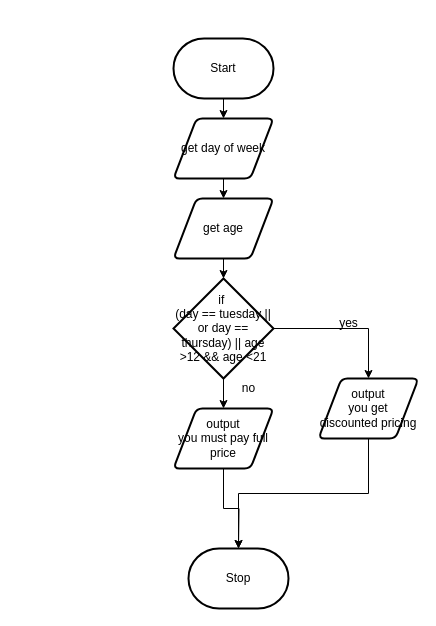
Earlier version of the draw.io diagram design/flowchart.drawio (MTHS-ICS2O-2-2022/ICS2O-Unit-5-04-Armatys22). Source tidied: cells renumbered, new cells numbered last; positions are measured from the earlier drawing's top-left corner, leaving out a move shared by most shapes. Both pictures are drawn from the tidied source at 100%, with x=0, y=0 at pixel (173, 38).
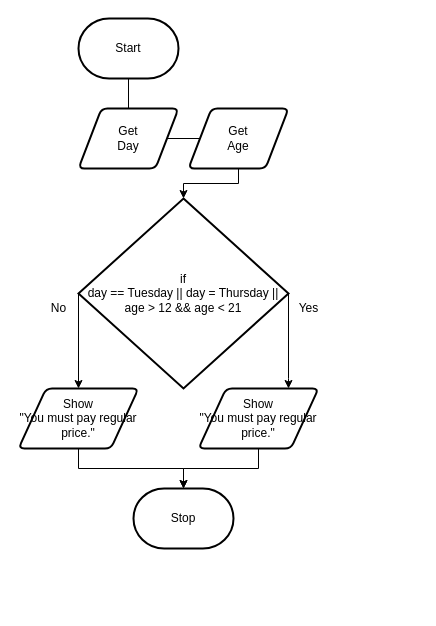
Above is the later version.

Change to the diagram source:
```diff
@@
-    <mxCell id="2" style="edgeStyle=none;html=1;exitX=0.5;exitY=1;exitDx=0;exitDy=0;exitPerimeter=0;entryX=0.5;entryY=0;entryDx=0;entryDy=0;" parent="1" edge="1" source="3" target="6">
-      <mxGeometry relative="1" as="geometry" />
-    </mxCell>
-    <mxCell id="3" value="Start" style="strokeWidth=2;html=1;shape=mxgraph.flowchart.terminator;whiteSpace=wrap;" parent="1" vertex="1">
-      <mxGeometry width="100" height="60" as="geometry" />
-    </mxCell>
+    <mxCell id="17" value="Start" style="strokeWidth=2;html=1;shape=mxgraph.flowchart.terminator;whiteSpace=wrap;" parent="1" vertex="1">
+      <mxGeometry x="-95" y="-20" width="100" height="60" as="geometry" />
+    </mxCell>
     <mxCell id="4" value="Stop" style="strokeWidth=2;html=1;shape=mxgraph.flowchart.terminator;whiteSpace=wrap;" parent="1" vertex="1">
-      <mxGeometry x="15" y="510" width="100" height="60" as="geometry" />
+      <mxGeometry x="-40" y="450" width="100" height="60" as="geometry" />
     </mxCell>
-    <mxCell id="5" style="edgeStyle=none;html=1;exitX=0.5;exitY=1;exitDx=0;exitDy=0;entryX=0.5;entryY=0;entryDx=0;entryDy=0;" parent="1" edge="1" source="6" target="8">
-      <mxGeometry relative="1" as="geometry" />
-    </mxCell>
-    <mxCell id="6" value="get day of week" style="shape=parallelogram;html=1;strokeWidth=2;perimeter=parallelogramPerimeter;whiteSpace=wrap;rounded=1;arcSize=12;size=0.23;" parent="1" vertex="1">
-      <mxGeometry y="80" width="100" height="60" as="geometry" />
-    </mxCell>
-    <mxCell id="7" style="edgeStyle=orthogonalEdgeStyle;rounded=0;html=1;exitX=0.5;exitY=1;exitDx=0;exitDy=0;entryX=0.5;entryY=0;entryDx=0;entryDy=0;entryPerimeter=0;" parent="1" edge="1" source="8" target="11">
-      <mxGeometry relative="1" as="geometry" />
-    </mxCell>
-    <mxCell id="8" value="get age" style="shape=parallelogram;html=1;strokeWidth=2;perimeter=parallelogramPerimeter;whiteSpace=wrap;rounded=1;arcSize=12;size=0.23;" parent="1" vertex="1">
-      <mxGeometry y="160" width="100" height="60" as="geometry" />
-    </mxCell>
-    <mxCell id="9" style="edgeStyle=orthogonalEdgeStyle;html=1;exitX=1;exitY=0.5;exitDx=0;exitDy=0;exitPerimeter=0;entryX=0.5;entryY=0;entryDx=0;entryDy=0;rounded=0;" parent="1" edge="1" source="11" target="14">
-      <mxGeometry relative="1" as="geometry" />
-    </mxCell>
-    <mxCell id="10" style="edgeStyle=orthogonalEdgeStyle;rounded=0;html=1;exitX=0.5;exitY=1;exitDx=0;exitDy=0;exitPerimeter=0;entryX=0.5;entryY=0;entryDx=0;entryDy=0;" parent="1" edge="1" source="11" target="16">
-      <mxGeometry relative="1" as="geometry" />
-    </mxCell>
-    <mxCell id="11" value="if&amp;nbsp;&lt;br&gt;(day == tuesday || or day == thursday) || age &amp;gt;12 &amp;amp;&amp;amp; age &amp;lt;21" style="strokeWidth=2;html=1;shape=mxgraph.flowchart.decision;whiteSpace=wrap;" parent="1" vertex="1">
-      <mxGeometry y="240" width="100" height="100" as="geometry" />
-    </mxCell>
-    <mxCell id="12" value="yes" style="text;html=1;align=center;verticalAlign=middle;strokeColor=none;fillColor=none;" parent="1" vertex="1">
-      <mxGeometry x="155" y="270" width="40" height="30" as="geometry" />
-    </mxCell>
-    <mxCell id="13" style="edgeStyle=orthogonalEdgeStyle;rounded=0;html=1;exitX=0.5;exitY=1;exitDx=0;exitDy=0;entryX=0.5;entryY=0;entryDx=0;entryDy=0;entryPerimeter=0;" parent="1" edge="1" source="14" target="4">
-      <mxGeometry relative="1" as="geometry" />
-    </mxCell>
-    <mxCell id="14" value="output&lt;br&gt;you get discounted pricing" style="shape=parallelogram;html=1;strokeWidth=2;perimeter=parallelogramPerimeter;whiteSpace=wrap;rounded=1;arcSize=12;size=0.23;" parent="1" vertex="1">
-      <mxGeometry x="145" y="340" width="100" height="60" as="geometry" />
-    </mxCell>
-    <mxCell id="15" style="edgeStyle=orthogonalEdgeStyle;rounded=0;html=1;exitX=0.5;exitY=1;exitDx=0;exitDy=0;" parent="1" edge="1" source="16">
-      <mxGeometry relative="1" as="geometry">
-        <mxPoint x="65" y="510" as="targetPoint" />
-      </mxGeometry>
-    </mxCell>
-    <mxCell id="16" value="output&lt;br&gt;you must pay full price" style="shape=parallelogram;html=1;strokeWidth=2;perimeter=parallelogramPerimeter;whiteSpace=wrap;rounded=1;arcSize=12;size=0.23;" parent="1" vertex="1">
-      <mxGeometry y="370" width="100" height="60" as="geometry" />
-    </mxCell>
-    <mxCell id="17" value="no" style="text;html=1;align=center;verticalAlign=middle;points=[];strokeColor=none;fillColor=none;" parent="1" vertex="1">
-      <mxGeometry x="55" y="335" width="40" height="30" as="geometry" />
-    </mxCell>
+    <mxCell id="18" style="edgeStyle=orthogonalEdgeStyle;html=1;rounded=0;endArrow=none;" parent="1" edge="1" source="17" target="19">
+      <mxGeometry relative="1" as="geometry" />
+    </mxCell>
+    <mxCell id="19" value="Get&lt;br&gt;Day" style="shape=parallelogram;html=1;strokeWidth=2;perimeter=parallelogramPerimeter;whiteSpace=wrap;rounded=1;arcSize=12;size=0.23;" parent="1" vertex="1">
+      <mxGeometry x="-95" y="70" width="100" height="60" as="geometry" />
+    </mxCell>
+    <mxCell id="20" style="edgeStyle=orthogonalEdgeStyle;html=1;rounded=0;startArrow=none;endArrow=none;" parent="1" edge="1" source="19" target="22">
+      <mxGeometry relative="1" as="geometry" />
+    </mxCell>
+    <mxCell id="21" style="edgeStyle=orthogonalEdgeStyle;html=1;entryX=0.5;entryY=0;entryDx=0;entryDy=0;entryPerimeter=0;rounded=0;" parent="1" edge="1" source="22" target="25">
+      <mxGeometry relative="1" as="geometry" />
+    </mxCell>
+    <mxCell id="22" value="Get&lt;br&gt;Age" style="shape=parallelogram;html=1;strokeWidth=2;perimeter=parallelogramPerimeter;whiteSpace=wrap;rounded=1;arcSize=12;size=0.23;" parent="1" vertex="1">
+      <mxGeometry x="15" y="70" width="100" height="60" as="geometry" />
+    </mxCell>
+    <mxCell id="23" style="edgeStyle=orthogonalEdgeStyle;rounded=0;html=1;exitX=0;exitY=0.5;exitDx=0;exitDy=0;exitPerimeter=0;entryX=0.5;entryY=0;entryDx=0;entryDy=0;" parent="1" edge="1" source="25" target="29">
+      <mxGeometry relative="1" as="geometry">
+        <Array as="points">
+          <mxPoint x="-95" y="350" />
+        </Array>
+      </mxGeometry>
+    </mxCell>
+    <mxCell id="24" style="edgeStyle=orthogonalEdgeStyle;rounded=0;html=1;exitX=1;exitY=0.5;exitDx=0;exitDy=0;exitPerimeter=0;entryX=0.75;entryY=0;entryDx=0;entryDy=0;" parent="1" edge="1" source="25" target="27">
+      <mxGeometry relative="1" as="geometry">
+        <Array as="points">
+          <mxPoint x="115" y="340" />
+          <mxPoint x="115" y="340" />
+        </Array>
+      </mxGeometry>
+    </mxCell>
+    <mxCell id="25" value="if&lt;br&gt;day == Tuesday || day = Thursday ||&lt;br&gt;age &amp;gt; 12 &amp;amp;&amp;amp; age &amp;lt; 21" style="strokeWidth=2;html=1;shape=mxgraph.flowchart.decision;whiteSpace=wrap;" parent="1" vertex="1">
+      <mxGeometry x="-95" y="160" width="210" height="190" as="geometry" />
+    </mxCell>
+    <mxCell id="26" style="edgeStyle=orthogonalEdgeStyle;rounded=0;html=1;" parent="1" edge="1" source="27" target="4">
+      <mxGeometry relative="1" as="geometry" />
+    </mxCell>
+    <mxCell id="27" value="Show&lt;br&gt;&quot;You must pay regular price.&quot;" style="shape=parallelogram;html=1;strokeWidth=2;perimeter=parallelogramPerimeter;whiteSpace=wrap;rounded=1;arcSize=12;size=0.23;" parent="1" vertex="1">
+      <mxGeometry x="25" y="350" width="120" height="60" as="geometry" />
+    </mxCell>
+    <mxCell id="28" style="edgeStyle=orthogonalEdgeStyle;rounded=0;html=1;entryX=0.5;entryY=0;entryDx=0;entryDy=0;entryPerimeter=0;" parent="1" edge="1" source="29" target="4">
+      <mxGeometry relative="1" as="geometry" />
+    </mxCell>
+    <mxCell id="29" value="Show&lt;br&gt;&quot;You must pay regular price.&quot;" style="shape=parallelogram;html=1;strokeWidth=2;perimeter=parallelogramPerimeter;whiteSpace=wrap;rounded=1;arcSize=12;size=0.23;" parent="1" vertex="1">
+      <mxGeometry x="-155" y="350" width="120" height="60" as="geometry" />
+    </mxCell>
+    <mxCell id="30" value="No" style="text;html=1;align=center;verticalAlign=middle;strokeColor=none;fillColor=none;" parent="1" vertex="1">
+      <mxGeometry x="-135" y="255" width="40" height="30" as="geometry" />
+    </mxCell>
+    <mxCell id="31" value="Yes" style="text;html=1;align=center;verticalAlign=middle;strokeColor=none;fillColor=none;" parent="1" vertex="1">
+      <mxGeometry x="115" y="255" width="40" height="30" as="geometry" />
+    </mxCell>
```
